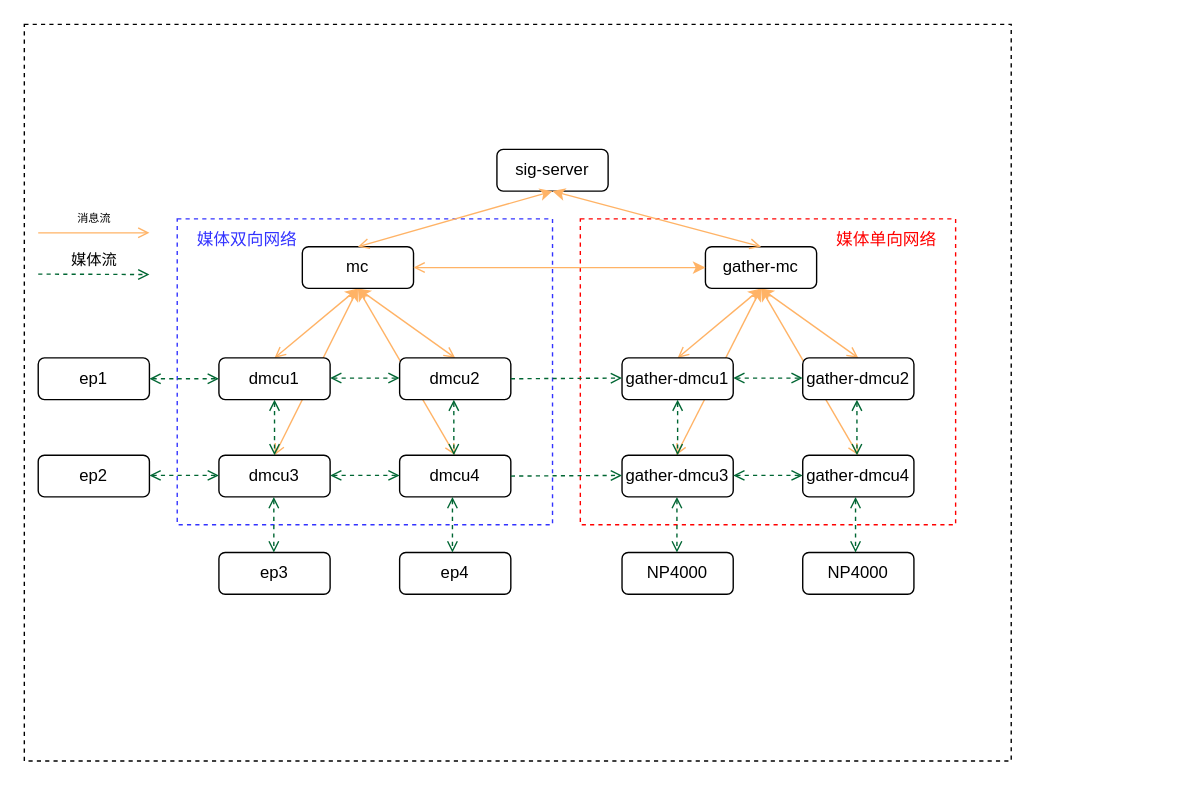
Above: 单向网络-巡课.drawio in Liaozengxiang/test (draw.io), before the change. Source tidied: cells renumbered, new cells numbered last; positions are measured from the earlier drawing's top-left corner, leaving out a move shared by most shapes. Both pictures are drawn from the tidied source at 139%, with x=0, y=0 at pixel (24, 24).
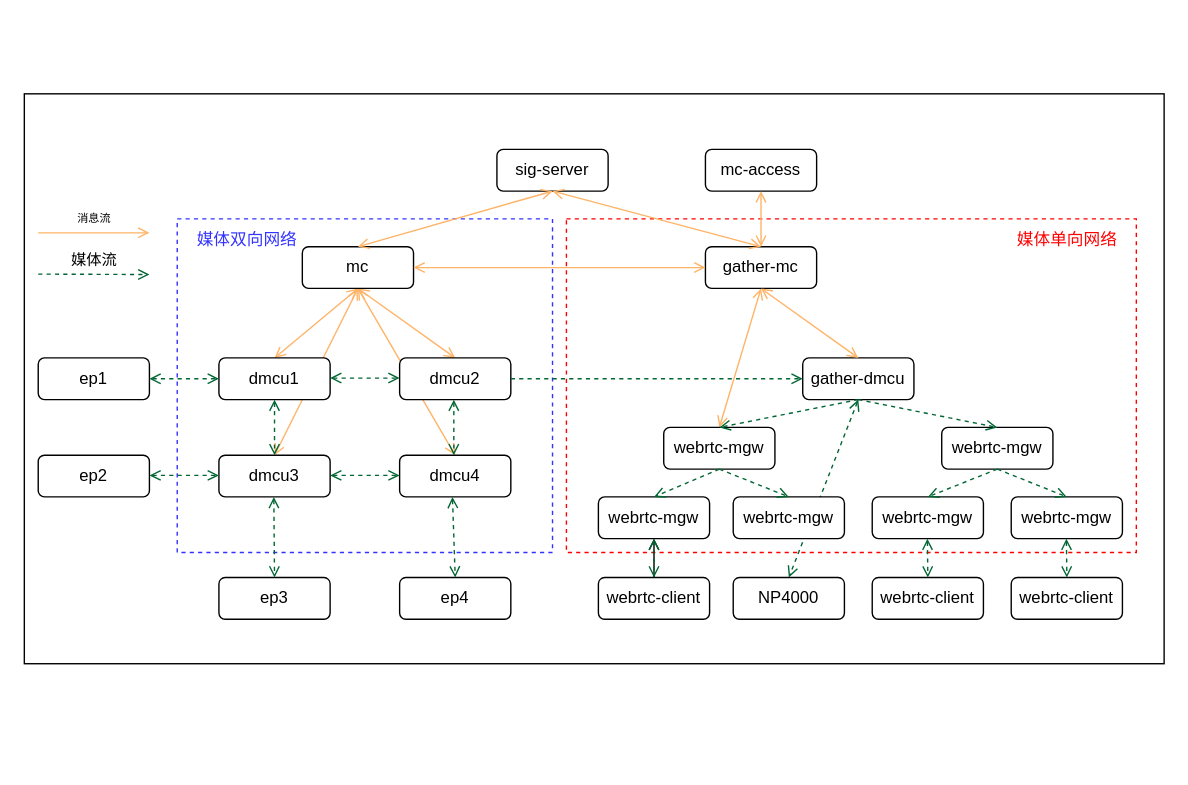
The same page after the edit.

Commit message:
Update 单向网络-巡课.drawio

Unchanged cells that the change refers to:
```xml
<mxCell id="14" value="mc" style="rounded=1;whiteSpace=wrap;html=1;" parent="1" vertex="1">
  <mxGeometry x="200" y="160" width="80" height="30" as="geometry" />
</mxCell>
<mxCell id="16" value="dmcu2" style="rounded=1;whiteSpace=wrap;html=1;" parent="1" vertex="1">
  <mxGeometry x="270" y="240" width="80" height="30" as="geometry" />
</mxCell>
<mxCell id="18" value="dmcu4" style="rounded=1;whiteSpace=wrap;html=1;" parent="1" vertex="1">
  <mxGeometry x="270" y="310" width="80" height="30" as="geometry" />
</mxCell>
<mxCell id="31" value="gather-mc" style="rounded=1;whiteSpace=wrap;html=1;" parent="1" vertex="1">
  <mxGeometry x="490" y="160" width="80" height="30" as="geometry" />
</mxCell>
```

What changed in the source:
```diff
@@
-    <mxCell id="2" style="rounded=0;whiteSpace=wrap;html=1;shadow=0;dashed=1;fontSize=8;strokeWidth=1;" parent="1" vertex="1">
-      <mxGeometry width="710" height="530" as="geometry" />
-    </mxCell>
+    <mxCell id="53" style="rounded=0;whiteSpace=wrap;html=1;" parent="1" vertex="1">
+      <mxGeometry y="50" width="820" height="410" as="geometry" />
+    </mxCell>
     <mxCell id="3" style="rounded=0;whiteSpace=wrap;html=1;dashed=1;shadow=0;strokeWidth=1;perimeterSpacing=0;strokeColor=#FF0000;" parent="1" vertex="1">
-      <mxGeometry x="400" y="140" width="270" height="220" as="geometry" />
+      <mxGeometry x="390" y="140" width="410" height="240" as="geometry" />
     </mxCell>
-    <mxCell id="4" style="endArrow=classic;html=1;rounded=0;strokeColor=#FFB366;startArrow=open;startFill=0;exitX=0.5;exitY=0;exitDx=0;exitDy=0;" parent="1" edge="1" source="32">
-      <mxGeometry relative="1" as="geometry">
-        <mxPoint x="530" y="190" as="targetPoint" />
-      </mxGeometry>
-    </mxCell>
-    <mxCell id="5" style="endArrow=classic;html=1;rounded=0;strokeColor=#FFB366;startArrow=open;startFill=0;entryX=0.5;entryY=1;entryDx=0;entryDy=0;" parent="1" edge="1" target="31">
-      <mxGeometry relative="1" as="geometry">
-        <mxPoint x="600" y="310" as="sourcePoint" />
-      </mxGeometry>
-    </mxCell>
-    <mxCell id="6" style="endArrow=classic;html=1;rounded=0;strokeColor=#FFB366;startArrow=open;startFill=0;entryX=0.5;entryY=1;entryDx=0;entryDy=0;" parent="1" edge="1" target="31">
-      <mxGeometry relative="1" as="geometry">
-        <mxPoint x="600" y="240" as="sourcePoint" />
-      </mxGeometry>
-    </mxCell>
-    <mxCell id="7" style="endArrow=classic;html=1;rounded=0;strokeColor=#FFB366;startArrow=open;startFill=0;" parent="1" edge="1">
-      <mxGeometry relative="1" as="geometry">
-        <mxPoint x="469" y="310" as="sourcePoint" />
-        <mxPoint x="530" y="190" as="targetPoint" />
-      </mxGeometry>
-    </mxCell>
+    <mxCell id="54" style="endArrow=open;startArrow=open;html=1;rounded=0;endFill=0;startFill=0;dashed=1;strokeColor=#006633;entryX=0.5;entryY=0;entryDx=0;entryDy=0;" parent="1" edge="1" target="70">
+      <mxGeometry relative="1" as="geometry">
+        <mxPoint x="600" y="270" as="sourcePoint" />
+      </mxGeometry>
+    </mxCell>
+    <mxCell id="55" style="endArrow=open;html=1;rounded=0;strokeColor=#FFB366;startArrow=open;startFill=0;endFill=0;entryX=0.5;entryY=1;entryDx=0;entryDy=0;" parent="1" edge="1" target="31">
+      <mxGeometry relative="1" as="geometry">
+        <mxPoint x="500" y="290" as="sourcePoint" />
+      </mxGeometry>
+    </mxCell>
     <mxCell id="8" style="rounded=0;whiteSpace=wrap;html=1;dashed=1;shadow=0;strokeWidth=1;perimeterSpacing=0;fontColor=#3333FF;strokeColor=#3333ff;" parent="1" vertex="1">
-      <mxGeometry x="110" y="140" width="270" height="220" as="geometry" />
+      <mxGeometry x="110" y="140" width="270" height="240" as="geometry" />
     </mxCell>
-    <mxCell id="9" style="endArrow=classic;html=1;rounded=0;strokeColor=#FFB366;startArrow=open;startFill=0;" parent="1" edge="1">
+    <mxCell id="9" style="endArrow=open;html=1;rounded=0;strokeColor=#FFB366;startArrow=open;startFill=0;endFill=0;" parent="1" edge="1">
       <mxGeometry relative="1" as="geometry">
         <mxPoint x="180" y="240" as="sourcePoint" />
         <mxPoint x="240" y="190" as="targetPoint" />
       </mxGeometry>
     </mxCell>
-    <mxCell id="10" style="endArrow=classic;html=1;rounded=0;strokeColor=#FFB366;startArrow=open;startFill=0;" parent="1" edge="1">
+    <mxCell id="10" style="endArrow=open;html=1;rounded=0;strokeColor=#FFB366;startArrow=open;startFill=0;endFill=0;" parent="1" edge="1">
       <mxGeometry relative="1" as="geometry">
         <mxPoint x="180" y="310" as="sourcePoint" />
         <mxPoint x="240" y="190" as="targetPoint" />
       </mxGeometry>
     </mxCell>
-    <mxCell id="11" style="endArrow=classic;html=1;rounded=0;strokeColor=#FFB366;startArrow=open;startFill=0;entryX=0.5;entryY=1;entryDx=0;entryDy=0;" parent="1" edge="1" target="14">
+    <mxCell id="11" style="endArrow=open;html=1;rounded=0;strokeColor=#FFB366;startArrow=open;startFill=0;entryX=0.5;entryY=1;entryDx=0;entryDy=0;endFill=0;" parent="1" edge="1" target="14">
       <mxGeometry relative="1" as="geometry">
         <mxPoint x="310" y="310" as="sourcePoint" />
       </mxGeometry>
     </mxCell>
-    <mxCell id="12" style="endArrow=classic;html=1;rounded=0;strokeColor=#FFB366;startArrow=open;startFill=0;exitX=0.5;exitY=0;exitDx=0;exitDy=0;entryX=0.5;entryY=1;entryDx=0;entryDy=0;" parent="1" edge="1" source="16" target="14">
+    <mxCell id="12" style="endArrow=open;html=1;rounded=0;strokeColor=#FFB366;startArrow=open;startFill=0;exitX=0.5;exitY=0;exitDx=0;exitDy=0;entryX=0.5;entryY=1;entryDx=0;entryDy=0;endFill=0;" parent="1" edge="1" source="16" target="14">
       <mxGeometry relative="1" as="geometry" />
     </mxCell>
@@
     <mxCell id="21" value="ep3" style="rounded=1;whiteSpace=wrap;html=1;" parent="1" vertex="1">
-      <mxGeometry x="140" y="380" width="80" height="30" as="geometry" />
+      <mxGeometry x="140" y="398" width="80" height="30" as="geometry" />
     </mxCell>
     <mxCell id="22" value="ep4" style="rounded=1;whiteSpace=wrap;html=1;" parent="1" vertex="1">
-      <mxGeometry x="270" y="380" width="80" height="30" as="geometry" />
+      <mxGeometry x="270" y="398" width="80" height="30" as="geometry" />
     </mxCell>
@@
-    <mxCell id="29" style="endArrow=open;startArrow=open;html=1;entryX=0.5;entryY=0;entryDx=0;entryDy=0;rounded=0;endFill=0;startFill=0;dashed=1;strokeColor=#006633;exitX=0.5;exitY=1;exitDx=0;exitDy=0;" parent="1" edge="1">
+    <mxCell id="29" style="endArrow=open;startArrow=open;html=1;entryX=0.5;entryY=0;entryDx=0;entryDy=0;rounded=0;endFill=0;startFill=0;dashed=1;strokeColor=#006633;exitX=0.5;exitY=1;exitDx=0;exitDy=0;" parent="1" edge="1" target="21">
       <mxGeometry relative="1" as="geometry">
         <mxPoint x="179.5" y="340" as="sourcePoint" />
-        <mxPoint x="179.5" y="380" as="targetPoint" />
       </mxGeometry>
     </mxCell>
-    <mxCell id="30" style="endArrow=open;startArrow=open;html=1;entryX=0.5;entryY=0;entryDx=0;entryDy=0;rounded=0;endFill=0;startFill=0;dashed=1;strokeColor=#006633;exitX=0.5;exitY=1;exitDx=0;exitDy=0;" parent="1" edge="1">
+    <mxCell id="30" style="endArrow=open;startArrow=open;html=1;entryX=0.5;entryY=0;entryDx=0;entryDy=0;rounded=0;endFill=0;startFill=0;dashed=1;strokeColor=#006633;exitX=0.5;exitY=1;exitDx=0;exitDy=0;" parent="1" edge="1" target="22">
       <mxGeometry relative="1" as="geometry">
         <mxPoint x="308" y="340" as="sourcePoint" />
-        <mxPoint x="308" y="380" as="targetPoint" />
       </mxGeometry>
     </mxCell>
@@
-    <mxCell id="32" value="gather-dmcu1" style="rounded=1;whiteSpace=wrap;html=1;" parent="1" vertex="1">
-      <mxGeometry x="430" y="240" width="80" height="30" as="geometry" />
+    <mxCell id="32" value="gather-dmcu" style="rounded=1;whiteSpace=wrap;html=1;" parent="1" vertex="1">
+      <mxGeometry x="560" y="240" width="80" height="30" as="geometry" />
     </mxCell>
-    <mxCell id="33" value="gather-dmcu2" style="rounded=1;whiteSpace=wrap;html=1;" parent="1" vertex="1">
-      <mxGeometry x="560" y="240" width="80" height="30" as="geometry" />
-    </mxCell>
-    <mxCell id="34" value="gather-dmcu3" style="rounded=1;whiteSpace=wrap;html=1;" parent="1" vertex="1">
-      <mxGeometry x="430" y="310" width="80" height="30" as="geometry" />
-    </mxCell>
-    <mxCell id="35" value="gather-dmcu4" style="rounded=1;whiteSpace=wrap;html=1;" parent="1" vertex="1">
-      <mxGeometry x="560" y="310" width="80" height="30" as="geometry" />
-    </mxCell>
-    <mxCell id="36" value="NP4000" style="rounded=1;whiteSpace=wrap;html=1;" parent="1" vertex="1">
-      <mxGeometry x="430" y="380" width="80" height="30" as="geometry" />
-    </mxCell>
-    <mxCell id="37" value="NP4000" style="rounded=1;whiteSpace=wrap;html=1;" parent="1" vertex="1">
-      <mxGeometry x="560" y="380" width="80" height="30" as="geometry" />
-    </mxCell>
-    <mxCell id="38" style="endArrow=open;startArrow=open;html=1;exitX=1;exitY=0.5;exitDx=0;exitDy=0;entryX=0;entryY=0.5;entryDx=0;entryDy=0;entryPerimeter=0;rounded=0;endFill=0;startFill=0;dashed=1;strokeColor=#006633;" parent="1" edge="1">
-      <mxGeometry relative="1" as="geometry">
-        <mxPoint x="510" y="254.5" as="sourcePoint" />
-        <mxPoint x="560" y="254.5" as="targetPoint" />
-      </mxGeometry>
-    </mxCell>
-    <mxCell id="39" style="endArrow=open;startArrow=open;html=1;exitX=1;exitY=0.5;exitDx=0;exitDy=0;entryX=0;entryY=0.5;entryDx=0;entryDy=0;entryPerimeter=0;rounded=0;endFill=0;startFill=0;dashed=1;strokeColor=#006633;" parent="1" edge="1">
-      <mxGeometry relative="1" as="geometry">
-        <mxPoint x="510" y="324.5" as="sourcePoint" />
-        <mxPoint x="560" y="324.5" as="targetPoint" />
-      </mxGeometry>
-    </mxCell>
-    <mxCell id="40" style="endArrow=open;startArrow=open;html=1;entryX=0.5;entryY=0;entryDx=0;entryDy=0;rounded=0;endFill=0;startFill=0;dashed=1;strokeColor=#006633;exitX=0.5;exitY=1;exitDx=0;exitDy=0;" parent="1" edge="1" source="32" target="34">
-      <mxGeometry relative="1" as="geometry" />
-    </mxCell>
-    <mxCell id="41" style="endArrow=open;startArrow=open;html=1;entryX=0.5;entryY=0;entryDx=0;entryDy=0;rounded=0;endFill=0;startFill=0;dashed=1;strokeColor=#006633;exitX=0.5;exitY=1;exitDx=0;exitDy=0;" parent="1" edge="1">
-      <mxGeometry relative="1" as="geometry">
-        <mxPoint x="599" y="270" as="sourcePoint" />
-        <mxPoint x="599" y="310" as="targetPoint" />
-      </mxGeometry>
-    </mxCell>
-    <mxCell id="42" style="endArrow=open;startArrow=open;html=1;entryX=0.5;entryY=0;entryDx=0;entryDy=0;rounded=0;endFill=0;startFill=0;dashed=1;strokeColor=#006633;exitX=0.5;exitY=1;exitDx=0;exitDy=0;" parent="1" edge="1">
-      <mxGeometry relative="1" as="geometry">
-        <mxPoint x="469.5" y="340" as="sourcePoint" />
-        <mxPoint x="469.5" y="380" as="targetPoint" />
-      </mxGeometry>
-    </mxCell>
-    <mxCell id="43" style="endArrow=open;startArrow=open;html=1;entryX=0.5;entryY=0;entryDx=0;entryDy=0;rounded=0;endFill=0;startFill=0;dashed=1;strokeColor=#006633;exitX=0.5;exitY=1;exitDx=0;exitDy=0;" parent="1" edge="1">
-      <mxGeometry relative="1" as="geometry">
-        <mxPoint x="598" y="340" as="sourcePoint" />
-        <mxPoint x="598" y="380" as="targetPoint" />
-      </mxGeometry>
-    </mxCell>
-    <mxCell id="44" style="endArrow=classic;html=1;rounded=0;strokeColor=#FFB366;startArrow=open;startFill=0;exitX=0.5;exitY=0;exitDx=0;exitDy=0;" parent="1" edge="1" source="14">
+    <mxCell id="44" style="endArrow=open;html=1;rounded=0;strokeColor=#FFB366;startArrow=open;startFill=0;exitX=0.5;exitY=0;exitDx=0;exitDy=0;endFill=0;" parent="1" edge="1" source="14">
       <mxGeometry relative="1" as="geometry">
         <mxPoint x="380" y="120" as="targetPoint" />
       </mxGeometry>
     </mxCell>
-    <mxCell id="45" style="endArrow=classic;html=1;rounded=0;strokeColor=#FFB366;startArrow=open;startFill=0;exitX=0.5;exitY=0;exitDx=0;exitDy=0;" parent="1" edge="1" source="31">
+    <mxCell id="45" style="endArrow=open;html=1;rounded=0;strokeColor=#FFB366;startArrow=open;startFill=0;exitX=0.5;exitY=0;exitDx=0;exitDy=0;endFill=0;" parent="1" edge="1" source="31">
       <mxGeometry relative="1" as="geometry">
         <mxPoint x="380" y="120" as="targetPoint" />
       </mxGeometry>
     </mxCell>
-    <mxCell id="46" style="endArrow=classic;html=1;rounded=0;strokeColor=#FFB366;startArrow=open;startFill=0;entryX=0;entryY=0.5;entryDx=0;entryDy=0;exitX=1;exitY=0.5;exitDx=0;exitDy=0;" parent="1" edge="1" source="14" target="31">
+    <mxCell id="46" style="endArrow=open;html=1;rounded=0;strokeColor=#FFB366;startArrow=open;startFill=0;entryX=0;entryY=0.5;entryDx=0;entryDy=0;exitX=1;exitY=0.5;exitDx=0;exitDy=0;endFill=0;" parent="1" edge="1" source="14" target="31">
       <mxGeometry relative="1" as="geometry" />
     </mxCell>
-    <mxCell id="47" style="endArrow=open;startArrow=none;html=1;exitX=1;exitY=0.5;exitDx=0;exitDy=0;entryX=0;entryY=0.5;entryDx=0;entryDy=0;entryPerimeter=0;rounded=0;endFill=0;startFill=0;dashed=1;strokeColor=#006633;" parent="1" edge="1" source="16">
-      <mxGeometry relative="1" as="geometry">
-        <mxPoint x="430" y="254.5" as="targetPoint" />
-      </mxGeometry>
+    <mxCell id="47" style="endArrow=open;startArrow=none;html=1;exitX=1;exitY=0.5;exitDx=0;exitDy=0;entryX=0;entryY=0.5;entryDx=0;entryDy=0;rounded=0;endFill=0;startFill=0;dashed=1;strokeColor=#006633;" parent="1" edge="1" source="16" target="32">
+      <mxGeometry relative="1" as="geometry" />
     </mxCell>
-    <mxCell id="48" style="endArrow=open;startArrow=none;html=1;exitX=1;exitY=0.5;exitDx=0;exitDy=0;entryX=0;entryY=0.5;entryDx=0;entryDy=0;entryPerimeter=0;rounded=0;endFill=0;startFill=0;dashed=1;strokeColor=#006633;" parent="1" edge="1" source="18">
-      <mxGeometry relative="1" as="geometry">
-        <mxPoint x="430" y="324.5" as="targetPoint" />
-      </mxGeometry>
-    </mxCell>
@@
     <mxCell id="50" value="媒体单向网络" style="text;html=1;align=center;verticalAlign=middle;fillColor=none;strokeColor=none;rounded=0;shadow=0;dashed=1;fontColor=#ff0000;" parent="1" vertex="1">
-      <mxGeometry x="570" y="140" width="100" height="30" as="geometry" />
+      <mxGeometry x="700" y="140" width="100" height="30" as="geometry" />
     </mxCell>
@@
+    <mxCell id="56" value="webrtc-mgw" style="rounded=1;whiteSpace=wrap;html=1;" parent="1" vertex="1">
+      <mxGeometry x="460" y="290" width="80" height="30" as="geometry" />
+    </mxCell>
+    <mxCell id="57" value="webrtc-mgw" style="rounded=1;whiteSpace=wrap;html=1;" parent="1" vertex="1">
+      <mxGeometry x="660" y="290" width="80" height="30" as="geometry" />
+    </mxCell>
+    <mxCell id="58" value="webrtc-mgw" style="rounded=1;whiteSpace=wrap;html=1;" parent="1" vertex="1">
+      <mxGeometry x="413" y="340" width="80" height="30" as="geometry" />
+    </mxCell>
+    <mxCell id="59" value="webrtc-mgw" style="rounded=1;whiteSpace=wrap;html=1;" parent="1" vertex="1">
+      <mxGeometry x="510" y="340" width="80" height="30" as="geometry" />
+    </mxCell>
+    <mxCell id="60" value="webrtc-mgw" style="rounded=1;whiteSpace=wrap;html=1;" parent="1" vertex="1">
+      <mxGeometry x="610" y="340" width="80" height="30" as="geometry" />
+    </mxCell>
+    <mxCell id="61" value="webrtc-mgw" style="rounded=1;whiteSpace=wrap;html=1;" parent="1" vertex="1">
+      <mxGeometry x="710" y="340" width="80" height="30" as="geometry" />
+    </mxCell>
+    <mxCell id="62" style="endArrow=open;startArrow=none;html=1;exitX=0.5;exitY=1;exitDx=0;exitDy=0;entryX=0.5;entryY=0;entryDx=0;entryDy=0;rounded=0;endFill=0;startFill=0;dashed=1;strokeColor=#006633;" parent="1" edge="1" source="32" target="56">
+      <mxGeometry relative="1" as="geometry" />
+    </mxCell>
+    <mxCell id="63" style="endArrow=open;startArrow=none;html=1;exitX=0.5;exitY=1;exitDx=0;exitDy=0;entryX=0.5;entryY=0;entryDx=0;entryDy=0;rounded=0;endFill=0;startFill=0;dashed=1;strokeColor=#006633;" parent="1" edge="1" source="32" target="57">
+      <mxGeometry relative="1" as="geometry" />
+    </mxCell>
+    <mxCell id="64" style="endArrow=open;startArrow=none;html=1;exitX=0.5;exitY=1;exitDx=0;exitDy=0;entryX=0.5;entryY=0;entryDx=0;entryDy=0;rounded=0;endFill=0;startFill=0;dashed=1;strokeColor=#006633;" parent="1" edge="1" source="56" target="58">
+      <mxGeometry relative="1" as="geometry" />
+    </mxCell>
+    <mxCell id="65" style="endArrow=open;startArrow=none;html=1;exitX=0.5;exitY=1;exitDx=0;exitDy=0;entryX=0.5;entryY=0;entryDx=0;entryDy=0;rounded=0;endFill=0;startFill=0;dashed=1;strokeColor=#006633;" parent="1" edge="1" source="56" target="59">
+      <mxGeometry relative="1" as="geometry" />
+    </mxCell>
+    <mxCell id="66" style="endArrow=open;startArrow=none;html=1;exitX=0.5;exitY=1;exitDx=0;exitDy=0;entryX=0.5;entryY=0;entryDx=0;entryDy=0;rounded=0;endFill=0;startFill=0;dashed=1;strokeColor=#006633;" parent="1" edge="1" target="61">
+      <mxGeometry relative="1" as="geometry">
+        <mxPoint x="700" y="320" as="sourcePoint" />
+      </mxGeometry>
+    </mxCell>
+    <mxCell id="67" style="endArrow=open;startArrow=none;html=1;entryX=0.5;entryY=0;entryDx=0;entryDy=0;rounded=0;endFill=0;startFill=0;dashed=1;strokeColor=#006633;exitX=0.5;exitY=1;exitDx=0;exitDy=0;" parent="1" edge="1" source="57" target="60">
+      <mxGeometry relative="1" as="geometry" />
+    </mxCell>
+    <mxCell id="68" style="edgeStyle=orthogonalEdgeStyle;rounded=0;jettySize=auto;html=1;endArrow=open;endFill=0;" parent="1" edge="1" source="69" target="58">
+      <mxGeometry relative="1" as="geometry" />
+    </mxCell>
+    <mxCell id="69" value="webrtc-client" style="rounded=1;whiteSpace=wrap;html=1;" parent="1" vertex="1">
+      <mxGeometry x="413" y="398" width="80" height="30" as="geometry" />
+    </mxCell>
+    <mxCell id="70" value="NP4000" style="rounded=1;whiteSpace=wrap;html=1;" parent="1" vertex="1">
+      <mxGeometry x="510" y="398" width="80" height="30" as="geometry" />
+    </mxCell>
+    <mxCell id="71" value="webrtc-client" style="rounded=1;whiteSpace=wrap;html=1;" parent="1" vertex="1">
+      <mxGeometry x="610" y="398" width="80" height="30" as="geometry" />
+    </mxCell>
+    <mxCell id="72" value="webrtc-client" style="rounded=1;whiteSpace=wrap;html=1;" parent="1" vertex="1">
+      <mxGeometry x="710" y="398" width="80" height="30" as="geometry" />
+    </mxCell>
+    <mxCell id="73" style="endArrow=open;startArrow=open;html=1;rounded=0;endFill=0;startFill=0;dashed=1;strokeColor=#006633;exitX=0.5;exitY=1;exitDx=0;exitDy=0;entryX=0.5;entryY=0;entryDx=0;entryDy=0;" parent="1" edge="1" source="58" target="69">
+      <mxGeometry relative="1" as="geometry" />
+    </mxCell>
+    <mxCell id="74" style="endArrow=open;startArrow=open;html=1;rounded=0;endFill=0;startFill=0;dashed=1;strokeColor=#006633;exitX=0.5;exitY=1;exitDx=0;exitDy=0;entryX=0.5;entryY=0;entryDx=0;entryDy=0;" parent="1" edge="1" target="71">
+      <mxGeometry relative="1" as="geometry">
+        <mxPoint x="649.7" y="370" as="sourcePoint" />
+      </mxGeometry>
+    </mxCell>
+    <mxCell id="75" style="endArrow=open;startArrow=open;html=1;rounded=0;endFill=0;startFill=0;dashed=1;strokeColor=#006633;exitX=0.5;exitY=1;exitDx=0;exitDy=0;entryX=0.5;entryY=0;entryDx=0;entryDy=0;" parent="1" edge="1" target="72">
+      <mxGeometry relative="1" as="geometry">
+        <mxPoint x="749.7" y="370" as="sourcePoint" />
+      </mxGeometry>
+    </mxCell>
+    <mxCell id="76" style="endArrow=open;html=1;rounded=0;strokeColor=#FFB366;startArrow=open;startFill=0;exitX=0.5;exitY=0;exitDx=0;exitDy=0;endFill=0;entryX=0.5;entryY=1;entryDx=0;entryDy=0;" parent="1" edge="1" source="32" target="31">
+      <mxGeometry relative="1" as="geometry" />
+    </mxCell>
+    <mxCell id="77" value="mc-access" style="rounded=1;whiteSpace=wrap;html=1;" parent="1" vertex="1">
+      <mxGeometry x="490" y="90" width="80" height="30" as="geometry" />
+    </mxCell>
+    <mxCell id="78" style="endArrow=open;html=1;rounded=0;strokeColor=#FFB366;startArrow=open;startFill=0;endFill=0;entryX=0.5;entryY=1;entryDx=0;entryDy=0;exitX=0.5;exitY=0;exitDx=0;exitDy=0;" parent="1" edge="1" source="31" target="77">
+      <mxGeometry relative="1" as="geometry" />
+    </mxCell>
```
